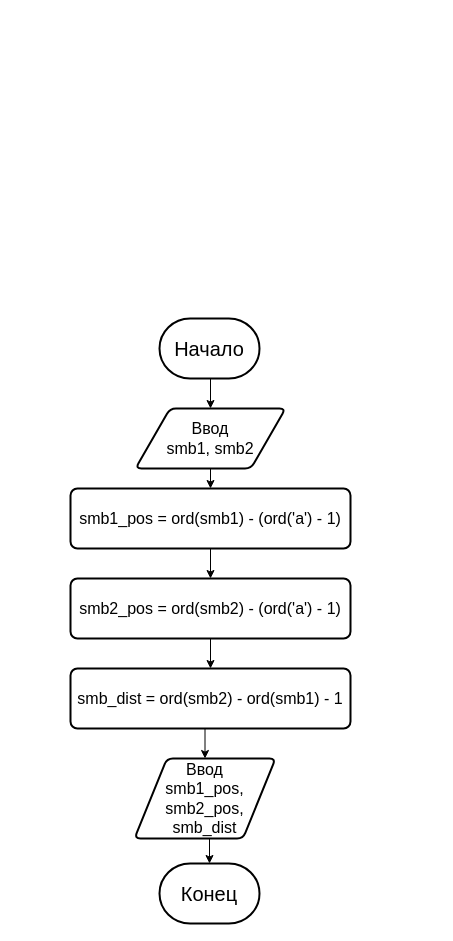
Above: les_1_task_4.drawio in nglaz0v/Python_Algorithms (draw.io), before the change. Source tidied: cells renumbered, new cells numbered last; positions are measured from the earlier drawing's top-left corner, leaving out a move shared by most shapes. Both pictures are drawn from the tidied source at 100%, with x=0, y=0 at pixel (70, 318).
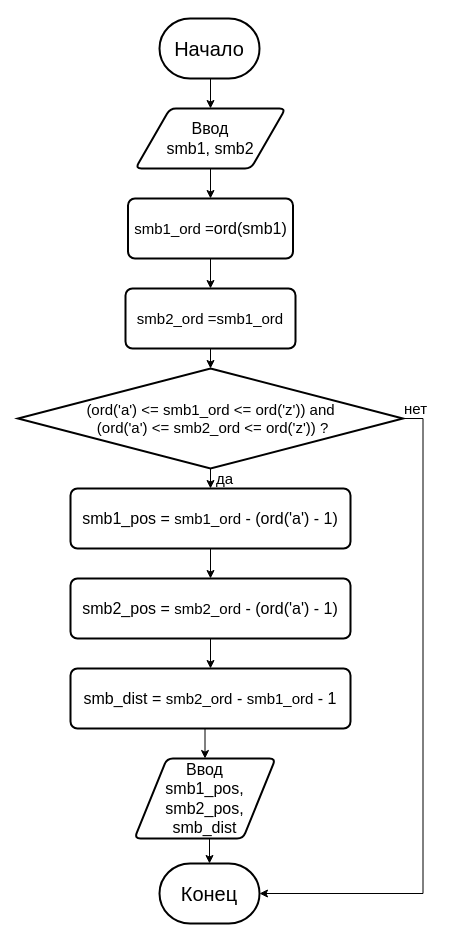
Above is the later version.

Unchanged cells that the change refers to:
```xml
<mxCell id="4" value="Конец" style="strokeWidth=2;html=1;shape=mxgraph.flowchart.terminator;whiteSpace=wrap;fontSize=20;" parent="1" vertex="1">
  <mxGeometry x="89" y="545" width="100" height="60" as="geometry" />
</mxCell>
```

Diff of the diagram source:
```diff
@@
     <mxCell id="3" value="&lt;font style=&quot;font-size: 20px&quot;&gt;Начало&lt;/font&gt;" style="strokeWidth=2;html=1;shape=mxgraph.flowchart.terminator;whiteSpace=wrap;" parent="1" vertex="1">
-      <mxGeometry x="89" width="100" height="60" as="geometry" />
+      <mxGeometry x="89" y="-300" width="100" height="60" as="geometry" />
     </mxCell>
@@
-    <mxCell id="5" style="edgeStyle=orthogonalEdgeStyle;rounded=0;jettySize=auto;html=1;exitX=0.5;exitY=1;exitDx=0;exitDy=0;entryX=0.5;entryY=0;entryDx=0;entryDy=0;fontSize=16;" parent="1" edge="1" source="6" target="8">
-      <mxGeometry relative="1" as="geometry" />
-    </mxCell>
+    <mxCell id="15" style="edgeStyle=orthogonalEdgeStyle;rounded=0;jettySize=auto;html=1;exitX=0.5;exitY=1;exitDx=0;exitDy=0;entryX=0.5;entryY=0;entryDx=0;entryDy=0;fontSize=15;" parent="1" edge="1" source="6" target="17">
+      <mxGeometry relative="1" as="geometry" />
+    </mxCell>
     <mxCell id="6" value="Ввод&lt;br&gt;smb1, smb2" style="shape=parallelogram;html=1;strokeWidth=2;perimeter=parallelogramPerimeter;whiteSpace=wrap;rounded=1;arcSize=12;size=0.23;fontSize=16;" parent="1" vertex="1">
-      <mxGeometry x="65" y="90" width="150" height="60" as="geometry" />
+      <mxGeometry x="65" y="-210" width="150" height="60" as="geometry" />
     </mxCell>
@@
-    <mxCell id="8" value="smb1_pos = ord(smb1) - (ord('a') - 1)" style="rounded=1;whiteSpace=wrap;html=1;absoluteArcSize=1;arcSize=14;strokeWidth=2;fontSize=16;" parent="1" vertex="1">
+    <mxCell id="8" value="smb1_pos =&amp;nbsp;&lt;span style=&quot;font-size: 15px&quot;&gt;smb1_ord&lt;/span&gt;&amp;nbsp;- (ord('a') - 1)" style="rounded=1;whiteSpace=wrap;html=1;absoluteArcSize=1;arcSize=14;strokeWidth=2;fontSize=16;" parent="1" vertex="1">
       <mxGeometry y="170" width="280" height="60" as="geometry" />
     </mxCell>
@@
-    <mxCell id="10" value="smb_dist = ord(smb2) - ord(smb1) - 1" style="rounded=1;whiteSpace=wrap;html=1;absoluteArcSize=1;arcSize=14;strokeWidth=2;fontSize=16;" parent="1" vertex="1">
+    <mxCell id="10" value="smb_dist =&amp;nbsp;&lt;span style=&quot;font-size: 15px&quot;&gt;smb2_ord&lt;/span&gt;&amp;nbsp;-&amp;nbsp;&lt;span style=&quot;font-size: 15px&quot;&gt;smb1_ord&lt;/span&gt;&amp;nbsp;- 1" style="rounded=1;whiteSpace=wrap;html=1;absoluteArcSize=1;arcSize=14;strokeWidth=2;fontSize=16;" parent="1" vertex="1">
       <mxGeometry y="350" width="280" height="60" as="geometry" />
     </mxCell>
@@
-    <mxCell id="12" value="smb2_pos = ord(smb2) - (ord('a') - 1)" style="rounded=1;whiteSpace=wrap;html=1;absoluteArcSize=1;arcSize=14;strokeWidth=2;fontSize=16;" parent="1" vertex="1">
+    <mxCell id="12" value="smb2_pos =&amp;nbsp;&lt;span style=&quot;font-size: 15px&quot;&gt;smb2_ord&lt;/span&gt;&amp;nbsp;- (ord('a') - 1)" style="rounded=1;whiteSpace=wrap;html=1;absoluteArcSize=1;arcSize=14;strokeWidth=2;fontSize=16;" parent="1" vertex="1">
       <mxGeometry y="260" width="280" height="60" as="geometry" />
     </mxCell>
@@
+    <mxCell id="16" style="edgeStyle=orthogonalEdgeStyle;rounded=0;jettySize=auto;html=1;exitX=0.5;exitY=1;exitDx=0;exitDy=0;entryX=0.5;entryY=0;entryDx=0;entryDy=0;fontSize=15;" parent="1" edge="1" source="17" target="19">
+      <mxGeometry relative="1" as="geometry" />
+    </mxCell>
+    <mxCell id="17" value="smb1_ord =&lt;span style=&quot;font-size: 16px&quot;&gt;ord(smb1)&lt;/span&gt;" style="rounded=1;whiteSpace=wrap;html=1;absoluteArcSize=1;arcSize=14;strokeWidth=2;fontSize=15;" parent="1" vertex="1">
+      <mxGeometry x="57.5" y="-120" width="165" height="60" as="geometry" />
+    </mxCell>
+    <mxCell id="18" style="edgeStyle=orthogonalEdgeStyle;rounded=0;jettySize=auto;html=1;exitX=0.5;exitY=1;exitDx=0;exitDy=0;entryX=0.5;entryY=0;entryDx=0;entryDy=0;entryPerimeter=0;fontSize=15;" parent="1" edge="1" source="19" target="22">
+      <mxGeometry relative="1" as="geometry" />
+    </mxCell>
+    <mxCell id="19" value="smb2_ord =smb1_ord" style="rounded=1;whiteSpace=wrap;html=1;absoluteArcSize=1;arcSize=14;strokeWidth=2;fontSize=15;" parent="1" vertex="1">
+      <mxGeometry x="55" y="-30" width="170" height="60" as="geometry" />
+    </mxCell>
+    <mxCell id="20" style="edgeStyle=orthogonalEdgeStyle;rounded=0;jettySize=auto;html=1;exitX=0.5;exitY=1;exitDx=0;exitDy=0;exitPerimeter=0;entryX=0.5;entryY=0;entryDx=0;entryDy=0;fontSize=15;" parent="1" edge="1" source="22" target="8">
+      <mxGeometry relative="1" as="geometry" />
+    </mxCell>
+    <mxCell id="21" style="edgeStyle=orthogonalEdgeStyle;rounded=0;jettySize=auto;html=1;exitX=1;exitY=0.5;exitDx=0;exitDy=0;exitPerimeter=0;entryX=1;entryY=0.5;entryDx=0;entryDy=0;entryPerimeter=0;fontSize=15;" parent="1" edge="1" source="22" target="4">
+      <mxGeometry relative="1" as="geometry" />
+    </mxCell>
+    <mxCell id="22" value="(ord('a') &amp;lt;= smb1_ord &amp;lt;= ord('z')) and&lt;br&gt;&amp;nbsp;(ord('a') &amp;lt;= smb2_ord &amp;lt;= ord('z')) ?" style="strokeWidth=2;html=1;shape=mxgraph.flowchart.decision;whiteSpace=wrap;fontSize=15;" parent="1" vertex="1">
+      <mxGeometry x="-52.5" y="50" width="385" height="100" as="geometry" />
+    </mxCell>
+    <mxCell id="23" value="да" style="text;html=1;align=center;verticalAlign=middle;strokeColor=none;fillColor=none;fontSize=15;" parent="1" vertex="1">
+      <mxGeometry x="139" y="150" width="30" height="20" as="geometry" />
+    </mxCell>
+    <mxCell id="24" value="нет" style="text;html=1;align=center;verticalAlign=middle;strokeColor=none;fillColor=none;fontSize=15;" parent="1" vertex="1">
+      <mxGeometry x="325" y="80" width="40" height="20" as="geometry" />
+    </mxCell>
```
